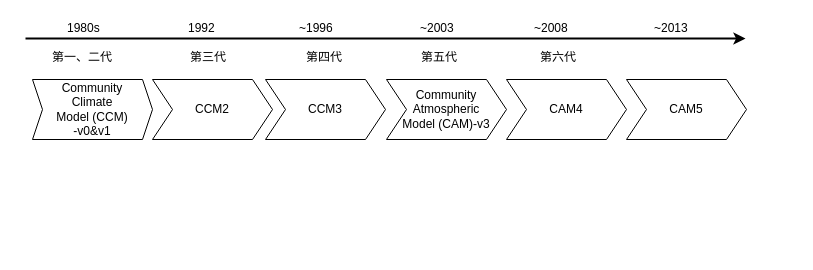
This is The history of CESM.drawio from qinyia/drawio.output, a draw.io file, before an edit. Source tidied: cells renumbered, new cells numbered last; positions are measured from the earlier drawing's top-left corner, leaving out a move shared by most shapes. Both pictures are drawn from the tidied source at 100%, with x=0, y=0 at pixel (25, 18).
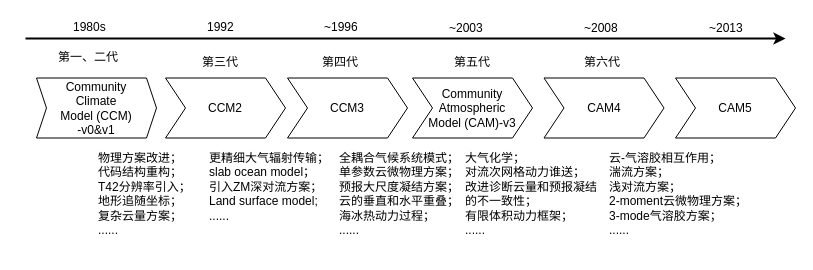
Above is the later version.

Change to the diagram source:
```diff
@@
     <mxCell id="2" value="Community &lt;br&gt;Climate &lt;br&gt;Model (CCM)&lt;br&gt;-v0&amp;amp;v1" style="shape=step;perimeter=stepPerimeter;whiteSpace=wrap;html=1;fixedSize=1;size=10;" parent="1" vertex="1">
-      <mxGeometry x="7" y="61" width="120" height="60" as="geometry" />
+      <mxGeometry x="11" y="59.5" width="120" height="60" as="geometry" />
     </mxCell>
     <mxCell id="3" value="CCM2" style="shape=step;perimeter=stepPerimeter;whiteSpace=wrap;html=1;fixedSize=1;" parent="1" vertex="1">
-      <mxGeometry x="127" y="61" width="120" height="60" as="geometry" />
+      <mxGeometry x="140" y="59.5" width="120" height="60" as="geometry" />
     </mxCell>
     <mxCell id="4" value="CCM3" style="shape=step;perimeter=stepPerimeter;whiteSpace=wrap;html=1;fixedSize=1;" parent="1" vertex="1">
-      <mxGeometry x="240" y="61" width="120" height="60" as="geometry" />
+      <mxGeometry x="262" y="59.5" width="120" height="60" as="geometry" />
     </mxCell>
     <mxCell id="5" value="Community &lt;br&gt;Atmospheric &lt;br&gt;Model (CAM)-v3" style="shape=step;perimeter=stepPerimeter;whiteSpace=wrap;html=1;fixedSize=1;" parent="1" vertex="1">
-      <mxGeometry x="361" y="61" width="120" height="60" as="geometry" />
+      <mxGeometry x="387" y="59.5" width="120" height="60" as="geometry" />
     </mxCell>
     <mxCell id="6" value="CAM4" style="shape=step;perimeter=stepPerimeter;whiteSpace=wrap;html=1;fixedSize=1;" parent="1" vertex="1">
-      <mxGeometry x="481" y="61" width="120" height="60" as="geometry" />
+      <mxGeometry x="518.5" y="59.5" width="120" height="60" as="geometry" />
     </mxCell>
     <mxCell id="7" value="CAM5" style="shape=step;perimeter=stepPerimeter;whiteSpace=wrap;html=1;fixedSize=1;" parent="1" vertex="1">
-      <mxGeometry x="601" y="61" width="120" height="60" as="geometry" />
+      <mxGeometry x="650" y="59.5" width="120" height="60" as="geometry" />
     </mxCell>
     <mxCell id="8" value="1980s" style="text;html=1;align=left;verticalAlign=top;spacingTop=-4;" parent="1" vertex="1">
-      <mxGeometry x="40" width="50" height="20" as="geometry" />
+      <mxGeometry x="46" y="-1.5" width="50" height="20" as="geometry" />
     </mxCell>
     <mxCell id="9" value="~1996" style="text;html=1;align=left;verticalAlign=top;spacingTop=-4;" parent="1" vertex="1">
-      <mxGeometry x="272" width="50" height="20" as="geometry" />
+      <mxGeometry x="297" y="-1.5" width="50" height="20" as="geometry" />
     </mxCell>
     <mxCell id="10" value="~2008" style="text;html=1;align=left;verticalAlign=top;spacingTop=-4;" parent="1" vertex="1">
-      <mxGeometry x="507" width="50" height="20" as="geometry" />
+      <mxGeometry x="557" width="50" height="20" as="geometry" />
     </mxCell>
     <mxCell id="11" value="~2003" style="text;html=1;align=left;verticalAlign=top;spacingTop=-4;" parent="1" vertex="1">
-      <mxGeometry x="393" width="50" height="20" as="geometry" />
+      <mxGeometry x="422" width="50" height="20" as="geometry" />
     </mxCell>
     <mxCell id="12" value="1992" style="text;html=1;align=left;verticalAlign=top;spacingTop=-4;" parent="1" vertex="1">
-      <mxGeometry x="161" width="40" height="20" as="geometry" />
+      <mxGeometry x="180" y="-1.5" width="40" height="20" as="geometry" />
     </mxCell>
     <mxCell id="13" value="第四代" style="text;html=1;align=left;verticalAlign=top;spacingTop=-4;" parent="1" vertex="1">
-      <mxGeometry x="278.5" y="29" width="50" height="20" as="geometry" />
+      <mxGeometry x="295" y="33.5" width="50" height="20" as="geometry" />
     </mxCell>
     <mxCell id="14" value="第五代" style="text;html=1;align=left;verticalAlign=top;spacingTop=-4;" parent="1" vertex="1">
-      <mxGeometry x="394" y="29" width="50" height="20" as="geometry" />
+      <mxGeometry x="427" y="33.5" width="50" height="20" as="geometry" />
     </mxCell>
     <mxCell id="15" value="第六代" style="text;html=1;align=left;verticalAlign=top;spacingTop=-4;" parent="1" vertex="1">
-      <mxGeometry x="512.5" y="29" width="50" height="20" as="geometry" />
+      <mxGeometry x="556.5" y="33.5" width="50" height="20" as="geometry" />
     </mxCell>
     <mxCell id="16" value="第三代" style="text;html=1;align=left;verticalAlign=top;spacingTop=-4;" parent="1" vertex="1">
-      <mxGeometry x="163" y="29" width="50" height="20" as="geometry" />
+      <mxGeometry x="175" y="33.5" width="50" height="20" as="geometry" />
     </mxCell>
     <mxCell id="17" value="第一、二代" style="text;html=1;align=left;verticalAlign=top;spacingTop=-4;" parent="1" vertex="1">
-      <mxGeometry x="25" y="29" width="80" height="20" as="geometry" />
+      <mxGeometry x="31" y="29" width="80" height="20" as="geometry" />
     </mxCell>
     <mxCell id="18" value="~2013" style="text;html=1;align=left;verticalAlign=top;spacingTop=-4;" parent="1" vertex="1">
-      <mxGeometry x="627" width="50" height="20" as="geometry" />
+      <mxGeometry x="682" width="50" height="20" as="geometry" />
     </mxCell>
     <mxCell id="19" style="endArrow=classic;html=1;strokeWidth=2;" parent="1" edge="1">
       <mxGeometry relative="1" as="geometry">
         <mxPoint y="20" as="sourcePoint" />
-        <mxPoint x="720" y="20" as="targetPoint" />
+        <mxPoint x="760" y="20" as="targetPoint" />
       </mxGeometry>
     </mxCell>
+    <mxCell id="20" value="物理方案改进；&lt;br&gt;代码结构重构；&lt;br&gt;T42分辨率引入；&lt;br&gt;地形追随坐标；&lt;br&gt;复杂云量方案；&lt;br&gt;......&lt;br&gt;" style="text;html=1;align=left;verticalAlign=top;spacingTop=-4;" parent="1" vertex="1">
+      <mxGeometry x="71" y="130" width="110" height="90" as="geometry" />
+    </mxCell>
+    <mxCell id="21" value="更精细大气辐射传输；&lt;br&gt;slab ocean model；&lt;br&gt;引入ZM深对流方案；&lt;br&gt;Land surface model;&amp;nbsp;&lt;br&gt;......&lt;br&gt;&lt;br&gt;" style="text;html=1;align=left;verticalAlign=top;spacingTop=-4;" parent="1" vertex="1">
+      <mxGeometry x="182" y="130" width="140" height="90" as="geometry" />
+    </mxCell>
+    <mxCell id="22" value="全耦合气候系统模式；&lt;br&gt;单参数云微物理方案；&lt;br&gt;预报大尺度凝结方案；&lt;br&gt;云的垂直和水平重叠；&lt;br&gt;海冰热动力过程；&lt;br&gt;......&lt;br&gt;" style="text;html=1;align=left;verticalAlign=top;spacingTop=-4;" parent="1" vertex="1">
+      <mxGeometry x="312" y="130" width="140" height="90" as="geometry" />
+    </mxCell>
+    <mxCell id="23" value="&lt;div style=&quot;text-align: left&quot;&gt;&lt;span&gt;大气化学；&lt;/span&gt;&lt;/div&gt;&lt;div style=&quot;text-align: left&quot;&gt;&lt;span&gt;对流次网格动力谁送；&lt;/span&gt;&lt;/div&gt;&lt;div style=&quot;text-align: left&quot;&gt;&lt;span&gt;改进诊断云量和预报&lt;/span&gt;&lt;span&gt;凝结&lt;/span&gt;&lt;/div&gt;&lt;div style=&quot;text-align: left&quot;&gt;&lt;span&gt;的不一致性；&lt;/span&gt;&lt;/div&gt;&lt;div style=&quot;text-align: left&quot;&gt;&lt;span&gt;有限体积动力框架；&lt;/span&gt;&lt;/div&gt;&lt;div style=&quot;text-align: left&quot;&gt;......&lt;/div&gt;&lt;div style=&quot;text-align: left&quot;&gt;&lt;br&gt;&lt;/div&gt;" style="text;html=1;align=left;verticalAlign=top;spacingTop=-4;" parent="1" vertex="1">
+      <mxGeometry x="437.5" y="130" width="150" height="100" as="geometry" />
+    </mxCell>
+    <mxCell id="24" value="云-气溶胶相互作用；&lt;br&gt;湍流方案；&lt;br&gt;浅对流方案；&lt;br&gt;2-moment云微物理方案；&lt;br&gt;3-mode气溶胶方案；&lt;br&gt;......&lt;br&gt;" style="text;html=1;align=left;verticalAlign=top;spacingTop=-4;" parent="1" vertex="1">
+      <mxGeometry x="582" y="130" width="150" height="90" as="geometry" />
+    </mxCell>
```
